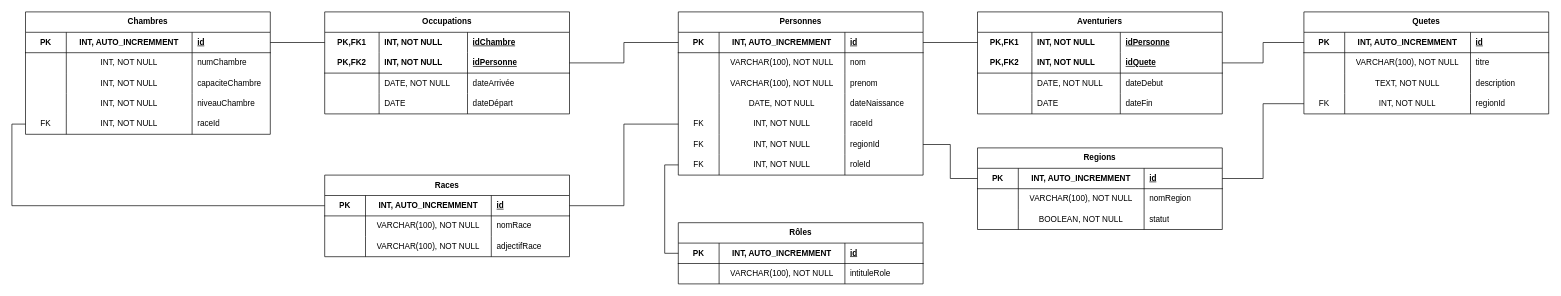
This is page "mpd" (3 of 3) of fondcombe-merise.drawio from Quentinc63/Fondcombe, a draw.io file, before an edit. Source tidied: cells renumbered, new cells numbered last; positions are measured from the earlier drawing's top-left corner, leaving out a move shared by most shapes. Both pictures are drawn from the tidied source at 68%, with x=0, y=0 at pixel (25, 12).
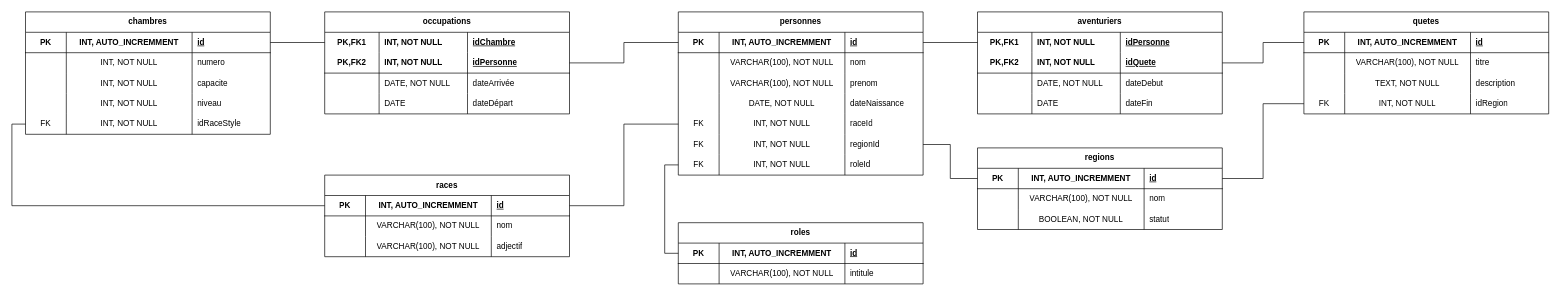
After the change.

The change refers to these unchanged cells:
```xml
<mxCell id="7" style="shape=tableRow;horizontal=0;startSize=0;swimlaneHead=0;swimlaneBody=0;fillColor=none;top=0;left=0;right=0;bottom=0;html=1;" parent="2" vertex="1">
  <mxGeometry y="60" width="360" height="30" as="geometry" />
</mxCell>
<mxCell id="11" style="shape=tableRow;horizontal=0;startSize=0;swimlaneHead=0;swimlaneBody=0;fillColor=none;top=0;left=0;right=0;bottom=0;html=1;" parent="2" vertex="1">
  <mxGeometry y="90" width="360" height="30" as="geometry" />
</mxCell>
<mxCell id="15" style="shape=tableRow;horizontal=0;startSize=0;swimlaneHead=0;swimlaneBody=0;fillColor=none;top=0;left=0;right=0;bottom=0;html=1;" parent="2" vertex="1">
  <mxGeometry y="120" width="360" height="30" as="geometry" />
</mxCell>
<mxCell id="19" style="shape=tableRow;horizontal=0;startSize=0;swimlaneHead=0;swimlaneBody=0;fillColor=none;points=[[0,0.5],[1,0.5]];portConstraint=eastwest;top=0;left=0;right=0;bottom=0;html=1;" parent="2" vertex="1">
  <mxGeometry y="150" width="360" height="30" as="geometry" />
</mxCell>
<mxCell id="46" style="shape=tableRow;horizontal=0;startSize=0;swimlaneHead=0;swimlaneBody=0;fillColor=none;top=0;left=0;right=0;bottom=0;html=1;" parent="41" vertex="1">
  <mxGeometry y="60" width="360" height="30" as="geometry" />
</mxCell>
<mxCell id="50" style="shape=tableRow;horizontal=0;startSize=0;swimlaneHead=0;swimlaneBody=0;fillColor=none;top=0;left=0;right=0;bottom=0;html=1;" parent="41" vertex="1">
  <mxGeometry y="90" width="360" height="30" as="geometry" />
</mxCell>
<mxCell id="60" style="shape=tableRow;horizontal=0;startSize=0;swimlaneHead=0;swimlaneBody=0;fillColor=none;top=0;left=0;right=0;bottom=0;html=1;" parent="55" vertex="1">
  <mxGeometry y="60" width="360" height="30" as="geometry" />
</mxCell>
<mxCell id="127" style="shape=tableRow;horizontal=0;startSize=0;swimlaneHead=0;swimlaneBody=0;fillColor=none;points=[[0,0.5],[1,0.5]];portConstraint=eastwest;top=0;left=0;right=0;bottom=0;html=1;" parent="114" vertex="1">
  <mxGeometry y="120" width="360" height="30" as="geometry" />
</mxCell>
<mxCell id="137" style="shape=tableRow;horizontal=0;startSize=0;swimlaneHead=0;swimlaneBody=0;fillColor=none;top=0;left=0;right=0;bottom=0;html=1;" parent="132" vertex="1">
  <mxGeometry y="60" width="360" height="30" as="geometry" />
</mxCell>
```

The edit, as a diff of the source:
```diff
@@
-    <mxCell id="2" value="Chambres" style="shape=table;startSize=30;childLayout=tableLayout;rowLines=0;fontStyle=1;align=center;html=1;whiteSpace=wrap;" parent="1" vertex="1">
+    <mxCell id="2" value="chambres" style="shape=table;startSize=30;childLayout=tableLayout;rowLines=0;fontStyle=1;align=center;html=1;whiteSpace=wrap;" parent="1" vertex="1">
       <mxGeometry width="360" height="180" as="geometry" />
     </mxCell>
@@
-    <mxCell id="10" value="numChambre" style="shape=partialRectangle;fillColor=none;top=0;left=0;bottom=0;right=0;align=left;spacingLeft=6;overflow=hidden;html=1;whiteSpace=wrap;" parent="7" vertex="1">
+    <mxCell id="10" value="numero" style="shape=partialRectangle;fillColor=none;top=0;left=0;bottom=0;right=0;align=left;spacingLeft=6;overflow=hidden;html=1;whiteSpace=wrap;" parent="7" vertex="1">
       <mxGeometry x="245" width="115" height="30" as="geometry" />
     </mxCell>
@@
-    <mxCell id="14" value="capaciteChambre" style="shape=partialRectangle;fillColor=none;top=0;left=0;bottom=0;right=0;align=left;spacingLeft=6;overflow=hidden;html=1;whiteSpace=wrap;" parent="11" vertex="1">
+    <mxCell id="14" value="capacite" style="shape=partialRectangle;fillColor=none;top=0;left=0;bottom=0;right=0;align=left;spacingLeft=6;overflow=hidden;html=1;whiteSpace=wrap;" parent="11" vertex="1">
       <mxGeometry x="245" width="115" height="30" as="geometry" />
     </mxCell>
@@
-    <mxCell id="18" value="niveauChambre" style="shape=partialRectangle;fillColor=none;top=0;left=0;bottom=0;right=0;align=left;spacingLeft=6;overflow=hidden;html=1;whiteSpace=wrap;" parent="15" vertex="1">
+    <mxCell id="18" value="niveau" style="shape=partialRectangle;fillColor=none;top=0;left=0;bottom=0;right=0;align=left;spacingLeft=6;overflow=hidden;html=1;whiteSpace=wrap;" parent="15" vertex="1">
       <mxGeometry x="245" width="115" height="30" as="geometry" />
     </mxCell>
@@
-    <mxCell id="22" value="raceId" style="shape=partialRectangle;fillColor=none;top=0;left=0;bottom=0;right=0;align=left;spacingLeft=6;overflow=hidden;html=1;whiteSpace=wrap;" parent="19" vertex="1">
+    <mxCell id="22" value="idRaceStyle" style="shape=partialRectangle;fillColor=none;top=0;left=0;bottom=0;right=0;align=left;spacingLeft=6;overflow=hidden;html=1;whiteSpace=wrap;" parent="19" vertex="1">
       <mxGeometry x="245" width="115" height="30" as="geometry" />
     </mxCell>
-    <mxCell id="23" value="Occupations" style="shape=table;startSize=30;childLayout=tableLayout;rowLines=0;fontStyle=1;align=center;html=1;whiteSpace=wrap;" parent="1" vertex="1">
+    <mxCell id="23" value="occupations" style="shape=table;startSize=30;childLayout=tableLayout;rowLines=0;fontStyle=1;align=center;html=1;whiteSpace=wrap;" parent="1" vertex="1">
       <mxGeometry x="440" width="360" height="150" as="geometry" />
     </mxCell>
@@
-    <mxCell id="41" value="Races" style="shape=table;startSize=30;childLayout=tableLayout;rowLines=0;fontStyle=1;align=center;html=1;whiteSpace=wrap;" parent="1" vertex="1">
+    <mxCell id="41" value="races" style="shape=table;startSize=30;childLayout=tableLayout;rowLines=0;fontStyle=1;align=center;html=1;whiteSpace=wrap;" parent="1" vertex="1">
       <mxGeometry x="440" y="240" width="360" height="120" as="geometry" />
     </mxCell>
@@
-    <mxCell id="49" value="nomRace" style="shape=partialRectangle;fillColor=none;top=0;left=0;bottom=0;right=0;align=left;spacingLeft=6;overflow=hidden;html=1;whiteSpace=wrap;" parent="46" vertex="1">
+    <mxCell id="49" value="nom" style="shape=partialRectangle;fillColor=none;top=0;left=0;bottom=0;right=0;align=left;spacingLeft=6;overflow=hidden;html=1;whiteSpace=wrap;" parent="46" vertex="1">
       <mxGeometry x="245" width="115" height="30" as="geometry" />
     </mxCell>
@@
-    <mxCell id="53" value="adjectifRace" style="shape=partialRectangle;fillColor=none;top=0;left=0;bottom=0;right=0;align=left;spacingLeft=6;overflow=hidden;html=1;whiteSpace=wrap;" parent="50" vertex="1">
+    <mxCell id="53" value="adjectif" style="shape=partialRectangle;fillColor=none;top=0;left=0;bottom=0;right=0;align=left;spacingLeft=6;overflow=hidden;html=1;whiteSpace=wrap;" parent="50" vertex="1">
       <mxGeometry x="245" width="115" height="30" as="geometry" />
     </mxCell>
@@
-    <mxCell id="55" value="Rôles" style="shape=table;startSize=30;childLayout=tableLayout;rowLines=0;fontStyle=1;align=center;html=1;whiteSpace=wrap;" parent="1" vertex="1">
+    <mxCell id="55" value="roles" style="shape=table;startSize=30;childLayout=tableLayout;rowLines=0;fontStyle=1;align=center;html=1;whiteSpace=wrap;" parent="1" vertex="1">
       <mxGeometry x="960" y="310" width="360" height="90" as="geometry" />
     </mxCell>
@@
-    <mxCell id="63" value="intituleRole" style="shape=partialRectangle;fillColor=none;top=0;left=0;bottom=0;right=0;align=left;spacingLeft=6;overflow=hidden;html=1;whiteSpace=wrap;" parent="60" vertex="1">
+    <mxCell id="63" value="intitule" style="shape=partialRectangle;fillColor=none;top=0;left=0;bottom=0;right=0;align=left;spacingLeft=6;overflow=hidden;html=1;whiteSpace=wrap;" parent="60" vertex="1">
       <mxGeometry x="245" width="115" height="30" as="geometry" />
     </mxCell>
-    <mxCell id="64" value="Personnes" style="shape=table;startSize=30;childLayout=tableLayout;rowLines=0;fontStyle=1;align=center;html=1;whiteSpace=wrap;" parent="1" vertex="1">
+    <mxCell id="64" value="personnes" style="shape=table;startSize=30;childLayout=tableLayout;rowLines=0;fontStyle=1;align=center;html=1;whiteSpace=wrap;" parent="1" vertex="1">
       <mxGeometry x="960" width="360" height="240" as="geometry" />
     </mxCell>
@@
-    <mxCell id="96" value="Aventuriers" style="shape=table;startSize=30;childLayout=tableLayout;rowLines=0;fontStyle=1;align=center;html=1;whiteSpace=wrap;" parent="1" vertex="1">
+    <mxCell id="96" value="aventuriers" style="shape=table;startSize=30;childLayout=tableLayout;rowLines=0;fontStyle=1;align=center;html=1;whiteSpace=wrap;" parent="1" vertex="1">
       <mxGeometry x="1400" width="360" height="150" as="geometry" />
     </mxCell>
@@
-    <mxCell id="114" value="Quetes" style="shape=table;startSize=30;childLayout=tableLayout;rowLines=0;fontStyle=1;align=center;html=1;whiteSpace=wrap;" parent="1" vertex="1">
+    <mxCell id="114" value="quetes" style="shape=table;startSize=30;childLayout=tableLayout;rowLines=0;fontStyle=1;align=center;html=1;whiteSpace=wrap;" parent="1" vertex="1">
       <mxGeometry x="1880" width="360" height="150" as="geometry" />
     </mxCell>
@@
-    <mxCell id="130" value="regionId" style="shape=partialRectangle;fillColor=none;top=0;left=0;bottom=0;right=0;align=left;spacingLeft=6;overflow=hidden;html=1;whiteSpace=wrap;" parent="127" vertex="1">
+    <mxCell id="130" value="idRegion" style="shape=partialRectangle;fillColor=none;top=0;left=0;bottom=0;right=0;align=left;spacingLeft=6;overflow=hidden;html=1;whiteSpace=wrap;" parent="127" vertex="1">
       <mxGeometry x="245" width="115" height="30" as="geometry" />
     </mxCell>
@@
-    <mxCell id="132" value="Regions" style="shape=table;startSize=30;childLayout=tableLayout;rowLines=0;fontStyle=1;align=center;html=1;whiteSpace=wrap;" parent="1" vertex="1">
+    <mxCell id="132" value="regions" style="shape=table;startSize=30;childLayout=tableLayout;rowLines=0;fontStyle=1;align=center;html=1;whiteSpace=wrap;" parent="1" vertex="1">
       <mxGeometry x="1400" y="200" width="360" height="120" as="geometry" />
     </mxCell>
@@
-    <mxCell id="140" value="nomRegion" style="shape=partialRectangle;fillColor=none;top=0;left=0;bottom=0;right=0;align=left;spacingLeft=6;overflow=hidden;html=1;whiteSpace=wrap;" parent="137" vertex="1">
+    <mxCell id="140" value="nom" style="shape=partialRectangle;fillColor=none;top=0;left=0;bottom=0;right=0;align=left;spacingLeft=6;overflow=hidden;html=1;whiteSpace=wrap;" parent="137" vertex="1">
       <mxGeometry x="245" width="115" height="30" as="geometry" />
     </mxCell>
```
